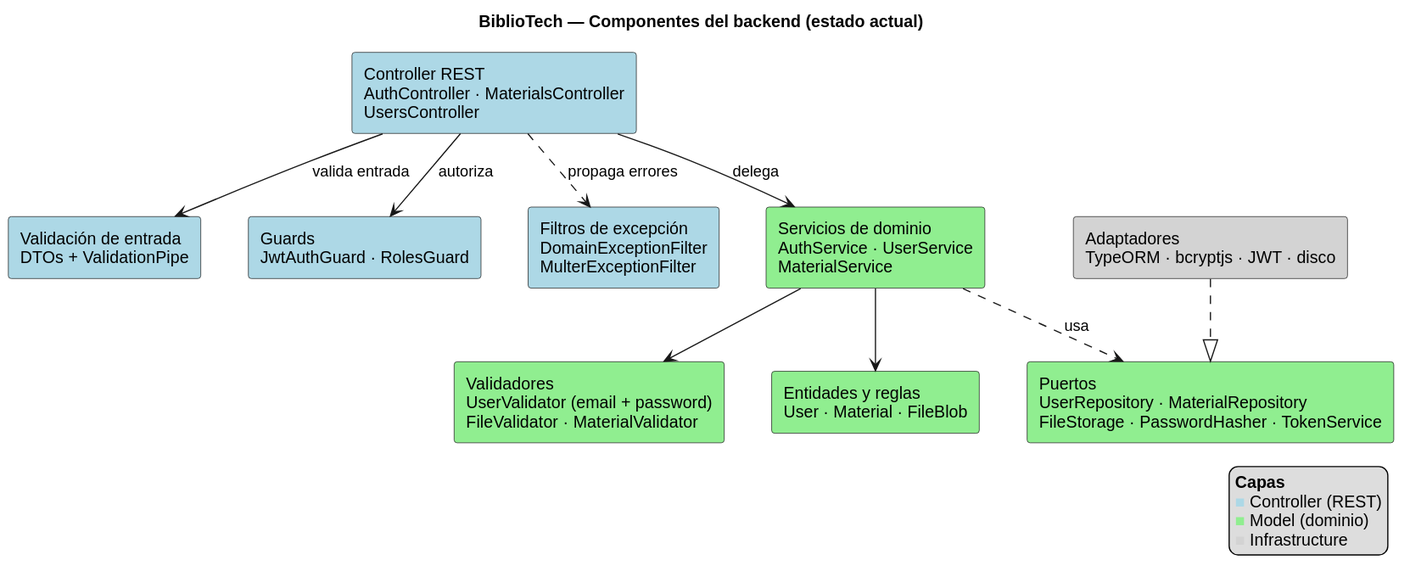
estebanmatias92/tecnicatura-practicas-profesionalizantes-ii keeps this PlantUML diagram as 2026-10-13-laboratorio-validator-module/docs/diagrams/component-backend.svg. Above is the earlier version.
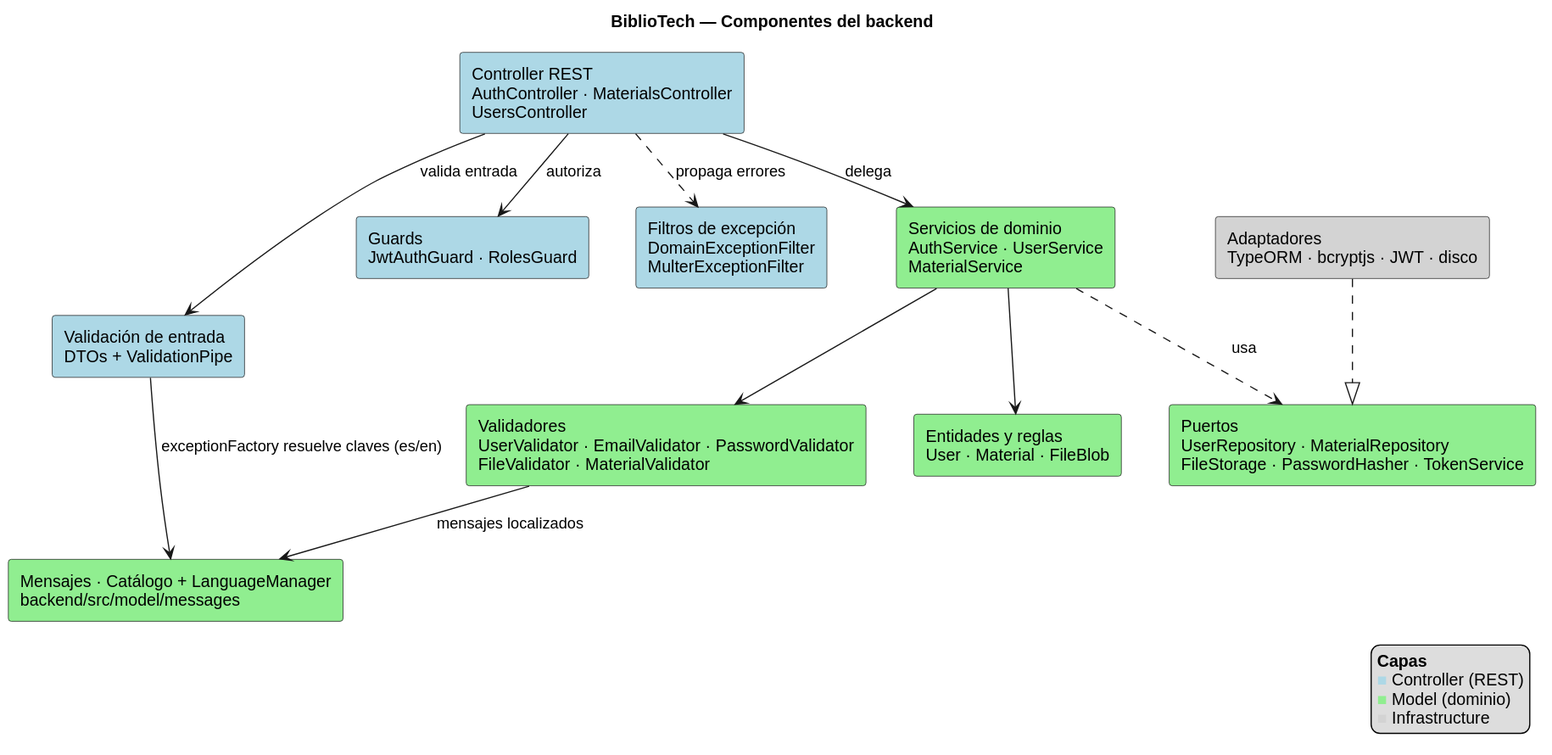
Later version of the same file.

Change to the diagram source:
```diff
@@ -1,5 +1,5 @@
 @startuml
-title BiblioTech — Componentes del backend (estado actual)
+title BiblioTech — Componentes del backend
 
 skinparam componentStyle rectangle
 skinparam shadowing false
@@ -12,7 +12,8 @@
 component "Filtros de excepción\nDomainExceptionFilter\nMulterExceptionFilter" as Filters #LightBlue
 
 component "Servicios de dominio\nAuthService · UserService\nMaterialService" as Svc #LightGreen
-component "Validadores\nUserValidator (email + password)\nFileValidator · MaterialValidator" as Val #LightGreen
+component "Validadores\nUserValidator · EmailValidator · PasswordValidator\nFileValidator · MaterialValidator" as Val #LightGreen
+component "Mensajes · Catálogo + LanguageManager\nbackend/src/model/messages" as Msg #LightGreen
 component "Entidades y reglas\nUser · Material · FileBlob" as Entities #LightGreen
 component "Puertos\nUserRepository · MaterialRepository\nFileStorage · PasswordHasher · TokenService" as Ports #LightGreen
 
@@ -22,9 +23,11 @@
 Ctrl --> Guards : autoriza
 Ctrl --> Svc : delega
 Ctrl ..> Filters : propaga errores
+DTO --> Msg : exceptionFactory resuelve claves (es/en)
 Svc --> Val
 Svc --> Entities
 Svc ..> Ports : usa
+Val --> Msg : mensajes localizados
 Infra ..|> Ports
 
 legend right
```
